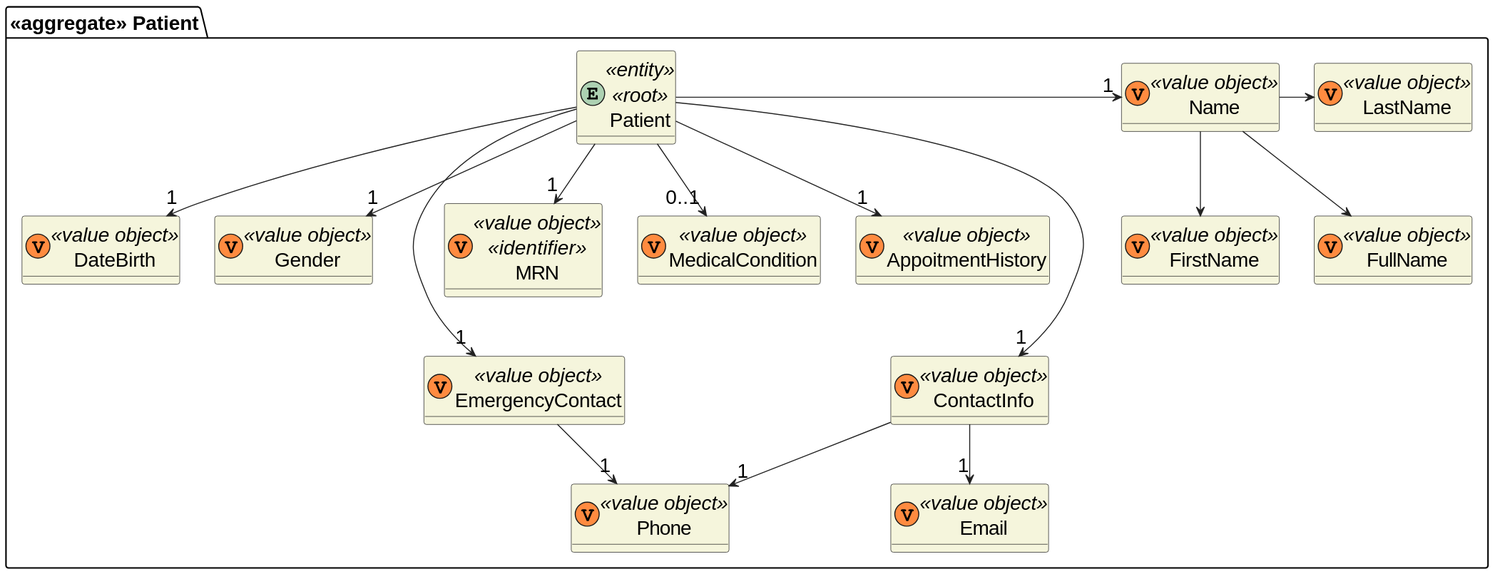
Before: docs/sprint-1/1220841/us-5.1.8/diagrams/domain-model.svg, a diagram exported from PlantUML (rita-barbosa/LAPR5-2425).
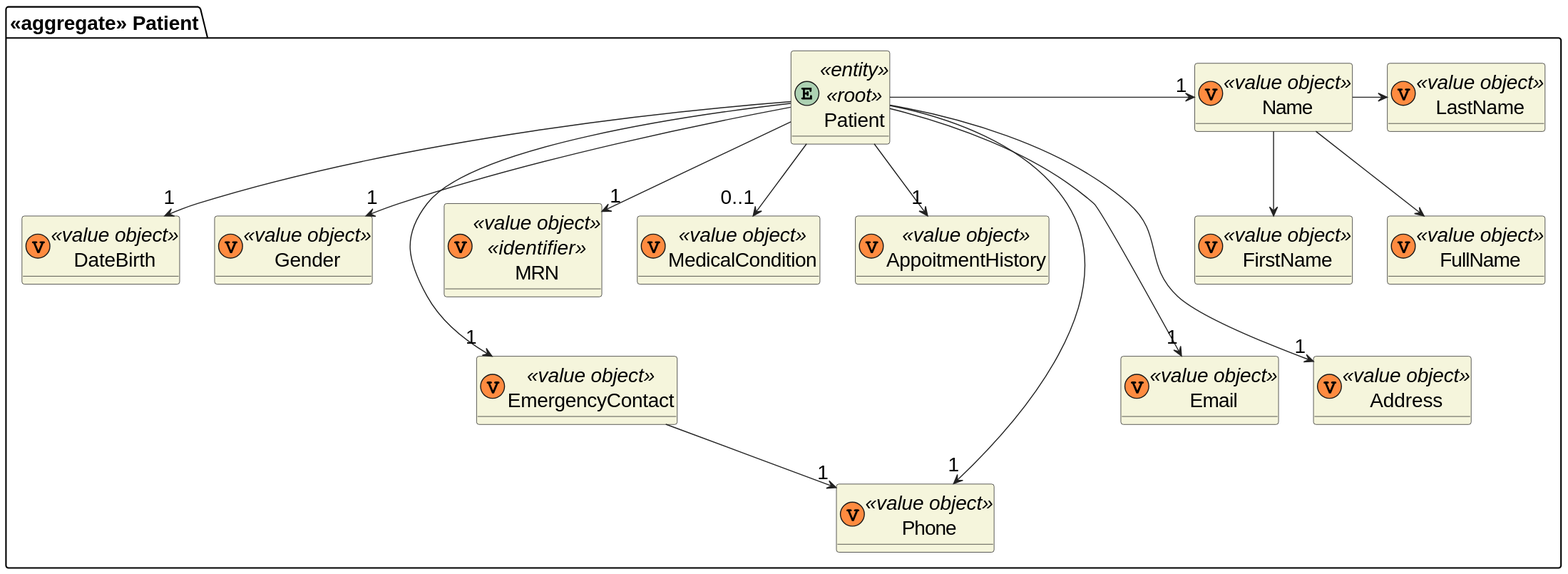
Later version of the same file.

Commit message:
DG38-194 | docs: updaes domain model to reflect client clarifications.

Change to the diagram source:
```diff
@@ -20,9 +20,9 @@
     class FirstName <<(V,#FF8B40)value object>> {}
     class LastName <<(V,#FF8B40)value object>> {}
     class FullName <<(V,#FF8B40)value object>> {}
-    class ContactInfo <<(V,#FF8B40)value object>> {}
     class Phone <<(V,#FF8B40)value object>> {}
     class Email <<(V,#FF8B40)value object>> {}
+        class Address <<(V,#FF8B40)value object>> {}
 }
 
 
@@ -32,12 +32,12 @@
 Patient -> "1" Name
 Patient --> "1" DateBirth
 Patient --> "1" Gender
-Patient ---> "1" ContactInfo
+Patient ---> "1" Email
+Patient ---> "1" Phone
+Patient ---> "1" Address
 Patient ---> "1" EmergencyContact
 Patient --> "1" MRN
 Patient --> "0..1" MedicalCondition
 Patient --> "1" AppoitmentHistory
-ContactInfo --> "1" Email
-ContactInfo --> "1" Phone
 EmergencyContact --> "1" Phone
 @enduml
```
